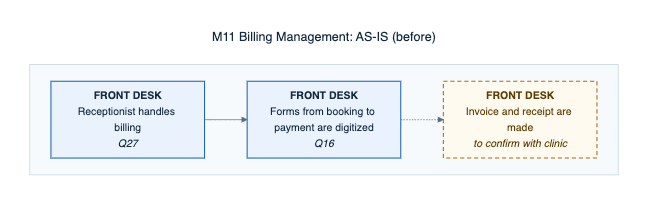
0phem/multibranch-dental-clinic keeps this Mermaid diagram as docs/defense/diagrams/png/M11-billing-management-as-is.png. Above is the earlier version. Its source is kept beside it as docs/defense/diagrams/M11-billing-management-as-is.mmd.
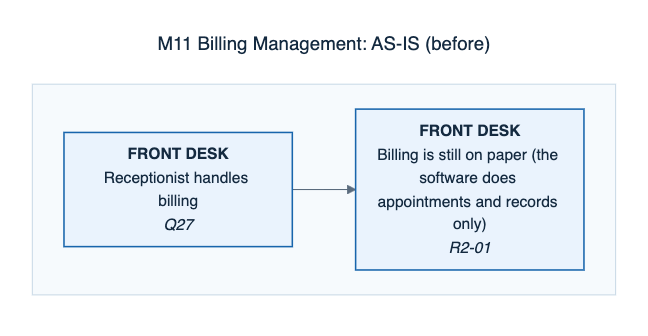
Later version of the same file.

Change to the diagram source:
```diff
@@ -5,11 +5,9 @@
     subgraph L1[" "]
     direction LR
       S0["<b>FRONT DESK</b><br/>Receptionist handles billing<br/><i>Q27</i>"]:::cited
-      S1["<b>FRONT DESK</b><br/>Forms from booking to payment are digitized<br/><i>Q16</i>"]:::cited
-      S2["<b>FRONT DESK</b><br/>Invoice and receipt are made<br/><i>to confirm with clinic</i>"]:::confirm
+      S1["<b>FRONT DESK</b><br/>Billing is still on paper (the software does appointments and records only)<br/><i>R2-01</i>"]:::cited
     end
     S0 --> S1
-    S1 -.-> S2
     classDef cited fill:#eaf3fd,stroke:#1865ac,color:#142a40,stroke-width:1.5px
     classDef confirm fill:#fffaf0,stroke:#b26a00,color:#5e3c00,stroke-width:1.5px,stroke-dasharray:6 4
     classDef auto fill:#e6f5ee,stroke:#0c7f75,color:#0f3d33,stroke-width:1.5px
```
